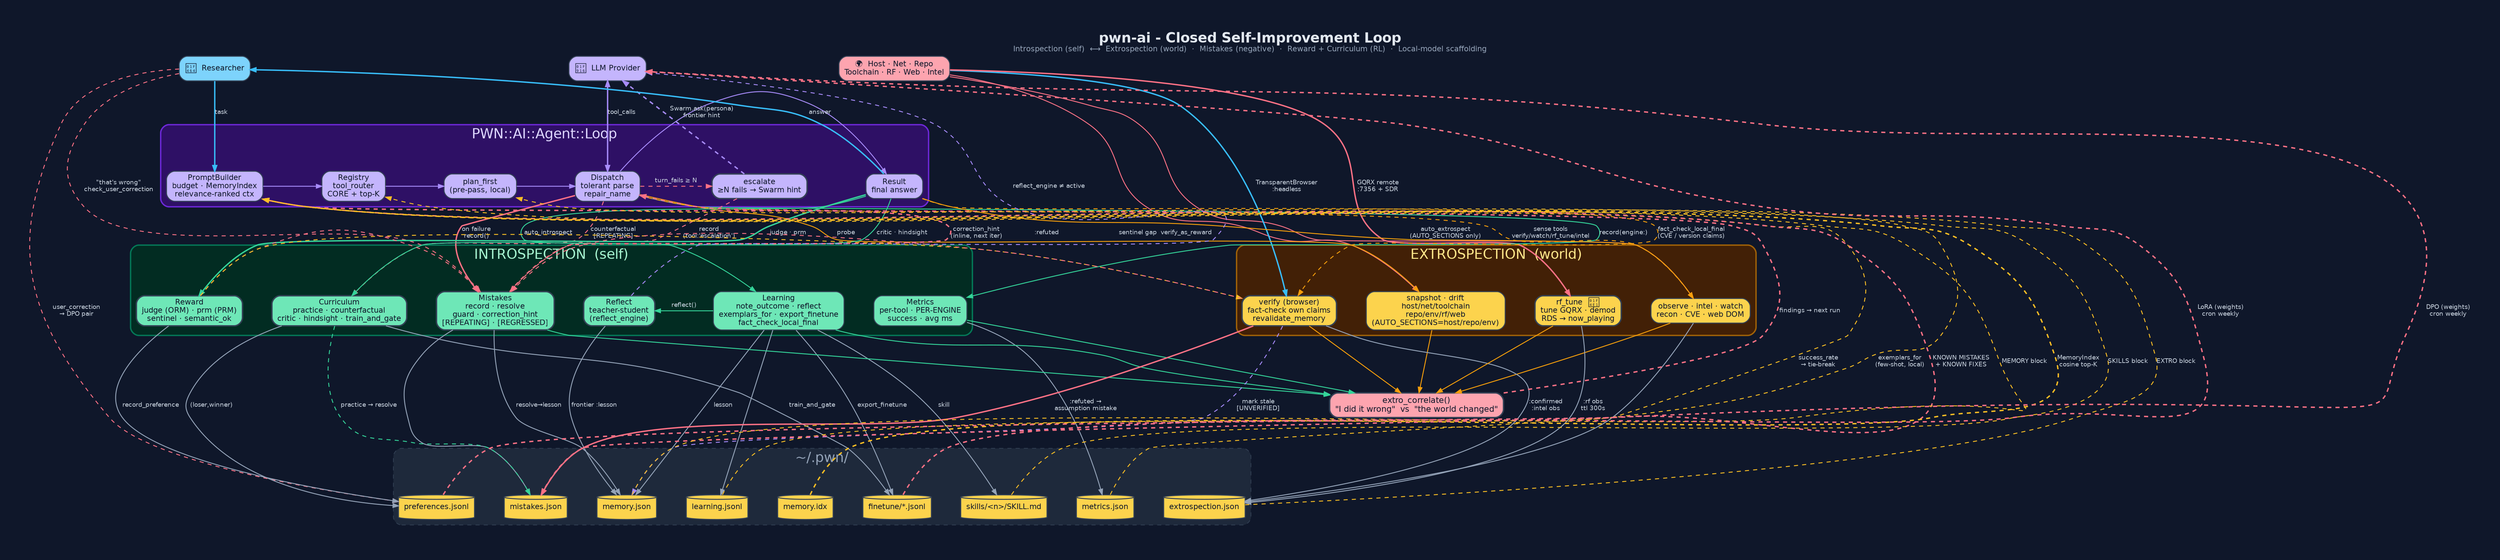
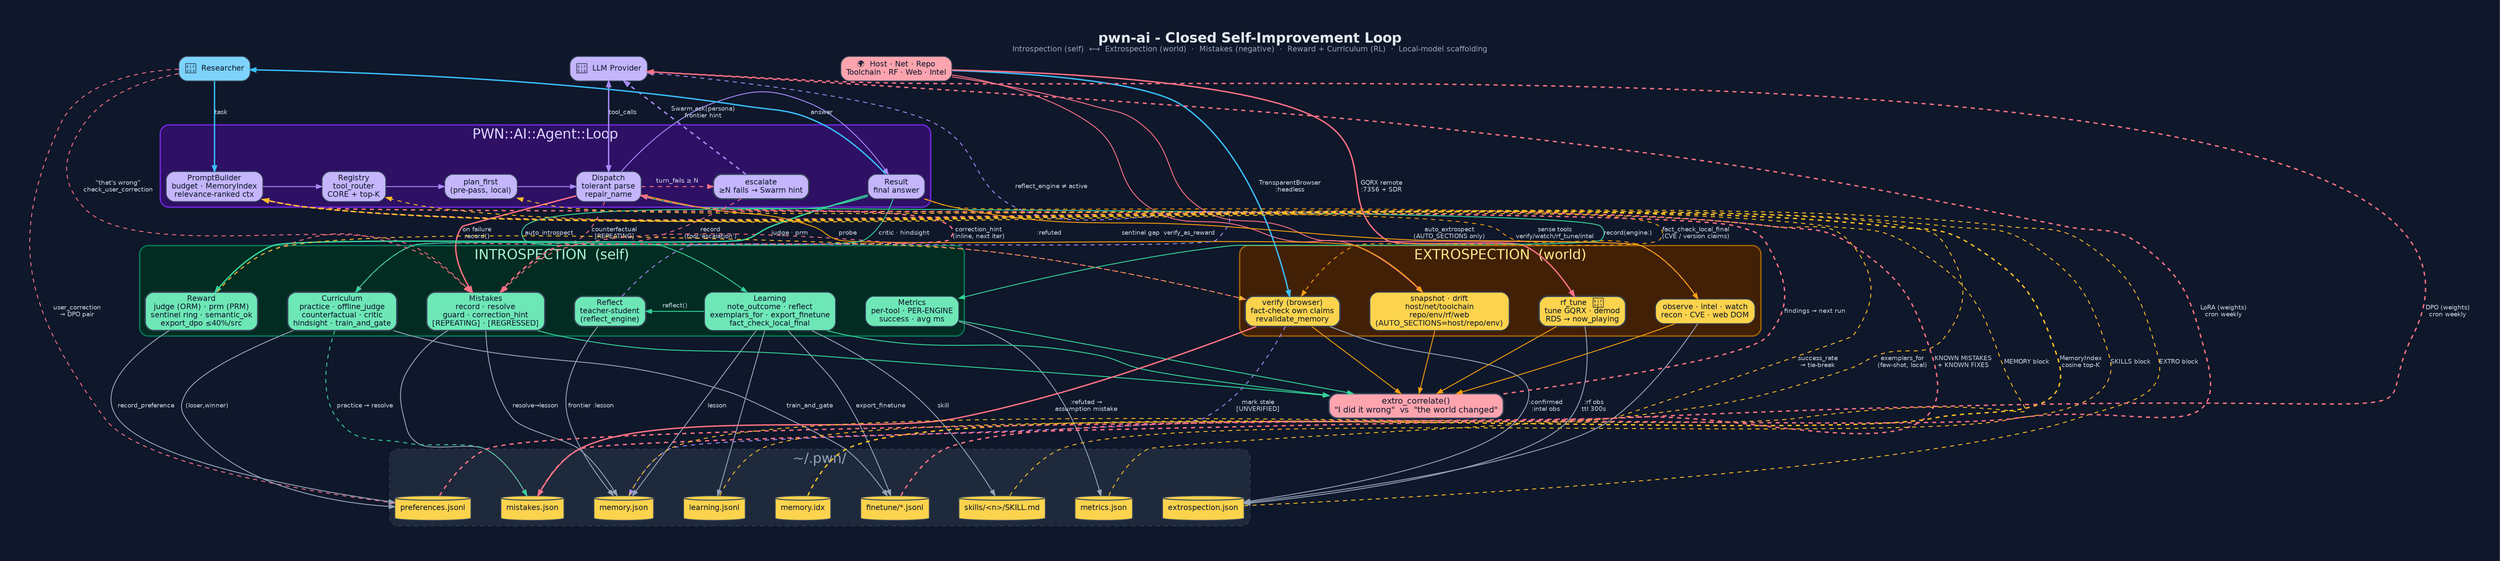
digraph "PWN_AI_Feedback_Learning_Loop" {
  graph [
    label=<<B>pwn-ai - Closed Self-Improvement Loop</B><BR/><FONT POINT-SIZE="11" COLOR="#94a3b8">Introspection (self)  ⟷  Extrospection (world)  ·  Mistakes (negative)  ·  Reward + Curriculum (RL)  ·  Local-model scaffolding</FONT>>,
    labelloc=t, fontsize=20, fontname="Helvetica",
    rankdir=TB, splines=spline, nodesep=0.6, ranksep=1.0,
    bgcolor="#0f172a", fontcolor="#e2e8f0", pad=0.6, newrank=true, compound=true
  ];
  node [fontname="Helvetica", fontsize=11, style="filled,rounded",
        shape=box, penwidth=1.4, color="#334155", fontcolor="#0f172a"];
  edge [fontname="Helvetica", fontsize=9, color="#94a3b8",
        fontcolor="#cbd5e1", penwidth=1.3, arrowsize=0.8];

  /* L0 ─ actors */
  User  [label="👤  Researcher", fillcolor="#7dd3fc"];
  LLM   [label="🤖  LLM Provider", fillcolor="#c4b5fd"];
  World [label="🌍  Host · Net · Repo\nToolchain · RF · Web · Intel", fillcolor="#fda4af"];
  {rank=same; User; LLM; World}

  /* L1 ─ agent core */
  subgraph cluster_core {
    label="PWN::AI::Agent::Loop"; fontcolor="#ddd6fe";
    style=rounded; color="#6d28d9"; bgcolor="#2e1065"; penwidth=2;
    Prompt   [label="PromptBuilder\nbudget · MemoryIndex\nrelevance-ranked ctx", fillcolor="#c4b5fd"];
    Dispatch [label="Dispatch\ntolerant parse\nrepair_name", fillcolor="#c4b5fd"];
Router   [label="Registry\ntool_router\nCORE + top-K",   fillcolor="#c4b5fd"];
Plan     [label="plan_first\n(pre-pass, local)",         fillcolor="#c4b5fd"];
Escalate [label="escalate\n≥N fails → Swarm hint",        fillcolor="#c4b5fd", penwidth=2];
    Result   [label="Result\nfinal answer",           fillcolor="#c4b5fd"];
  }
  {rank=same; Prompt; Router; Plan; Dispatch; Escalate; Result}

  /* L2 ─ triple engines */
  subgraph cluster_intro {
    label="INTROSPECTION  (self)"; fontcolor="#a7f3d0";
    style=rounded; color="#047857"; bgcolor="#022c22"; penwidth=2;
    Metrics  [label="Metrics\nper-tool · PER-ENGINE\nsuccess · avg ms", fillcolor="#6ee7b7"];
    Learning [label="Learning\nnote_outcome · reflect\nexemplars_for · export_finetune\nfact_check_local_final", fillcolor="#6ee7b7"];
    Mistakes [label="Mistakes\nrecord · resolve\nguard · correction_hint\n[REPEATING] · [REGRESSED]", fillcolor="#6ee7b7", penwidth=2];
    ReflectT [label="Reflect\nteacher-student\n(reflect_engine)", fillcolor="#6ee7b7", penwidth=2];
-     Reward   [label="Reward\njudge (ORM) · prm (PRM)\nsentinel · semantic_ok", fillcolor="#6ee7b7", penwidth=2];
-     Curric   [label="Curriculum\npractice · counterfactual\ncritic · hindsight · train_and_gate", fillcolor="#6ee7b7", penwidth=2];
+     Reward   [label="Reward\njudge (ORM) · prm (PRM)\nsentinel ring · semantic_ok\nexport_dpo ≤40%/src", fillcolor="#6ee7b7", penwidth=2];
+     Curric   [label="Curriculum\npractice · offline_judge\ncounterfactual · critic\nhindsight · train_and_gate", fillcolor="#6ee7b7", penwidth=2];
  }
  subgraph cluster_extro {
    label="EXTROSPECTION  (world)"; fontcolor="#fde68a";
    style=rounded; color="#a16207"; bgcolor="#422006"; penwidth=2;
    Snapshot  [label="snapshot · drift\nhost/net/toolchain\nrepo/env/rf/web\n(AUTO_SECTIONS=host/repo/env)", fillcolor="#fcd34d"];
    Observe   [label="observe · intel · watch\nrecon · CVE · web DOM",             fillcolor="#fcd34d"];
    Verify    [label="verify (browser)\nfact-check own claims\nrevalidate_memory", fillcolor="#fcd34d", penwidth=2];
    RFTune    [label="rf_tune  📡\ntune GQRX · demod\nRDS → now_playing",           fillcolor="#fcd34d", penwidth=2];
  }
  {rank=same; Metrics; Learning; Mistakes; ReflectT; Reward; Curric; Snapshot; Observe; Verify; RFTune}

  /* L3 ─ correlate */
  Correlate [label="extro_correlate()\n\"I did it wrong\"  vs  \"the world changed\"",
             fillcolor="#fda4af", penwidth=2, fontsize=12];

  /* L4 ─ persistence */
  subgraph cluster_store {
    label="~/.pwn/"; fontcolor="#94a3b8";
    style="rounded,dashed"; color="#334155"; bgcolor="#1e293b";
    Fmet [label="metrics.json",       shape=cylinder, fillcolor="#fcd34d"];
    Flrn [label="learning.jsonl",     shape=cylinder, fillcolor="#fcd34d"];
    Fmis [label="mistakes.json",      shape=cylinder, fillcolor="#fcd34d"];
    Fmem [label="memory.json",        shape=cylinder, fillcolor="#fcd34d"];
    Fidx [label="memory.idx",         shape=cylinder, fillcolor="#fcd34d"];
    Fskl [label="skills/<n>/SKILL.md",         shape=cylinder, fillcolor="#fcd34d"];
    Fext [label="extrospection.json", shape=cylinder, fillcolor="#fcd34d"];
    Fftn [label="finetune/*.jsonl",   shape=cylinder, fillcolor="#fcd34d"];
    Fprf [label="preferences.jsonl", shape=cylinder, fillcolor="#fcd34d"];
  }
  {rank=same; Fmet; Flrn; Fmis; Fmem; Fidx; Fskl; Fext; Fftn; Fprf}

  /* L0 → L1 */
  User -> Prompt   [label="task", color="#38bdf8", penwidth=2];
  LLM  -> Dispatch [label="tool_calls", dir=both, color="#a78bfa", penwidth=2];
  World-> Result   [style=invis];

  /* L1 internal */
  Prompt -> Router   [color="#a78bfa"];
  Router -> Plan     [color="#a78bfa"];
  Plan   -> Dispatch [color="#a78bfa"];
  Dispatch -> Escalate [label="turn_fails ≥ N", color="#fb7185", style=dashed];
  Dispatch -> Result [color="#a78bfa"];
  Escalate -> Result [style=invis];

  /* L1 → L2 */
  Dispatch -> Metrics  [label="record(engine:)", color="#34d399"];
  Result   -> Learning [label="auto_introspect", color="#34d399"];
  Dispatch -> Mistakes [label="on failure\nrecord()", color="#fb7185", penwidth=2];
  User     -> Mistakes [label="\"that's wrong\"\ncheck_user_correction", color="#fb7185",
                        style=dashed, constraint=false];
  Dispatch -> Snapshot [label="probe", color="#f59e0b"];
  Result   -> Observe  [label="auto_extrospect\n(AUTO_SECTIONS only)", color="#f59e0b"];
  World    -> Snapshot [color="#fb7185", constraint=false];
  World    -> Observe  [color="#fb7185", constraint=false];
  World    -> Verify   [label="TransparentBrowser\n:headless", color="#38bdf8", constraint=false, penwidth=2];
  World    -> RFTune   [label="GQRX remote\n:7356 + SDR", color="#fb7185", constraint=false, penwidth=2];
  Dispatch -> Observe  [label="sense tools\nverify/watch/rf_tune/intel", color="#f59e0b", style=dashed, constraint=false];

  /* L2 → L3 */
  Metrics  -> Correlate [color="#34d399"];
  Learning -> Correlate [color="#34d399"];
  Mistakes -> Correlate [color="#34d399"];
  Snapshot -> Correlate [color="#f59e0b"];
  Observe  -> Correlate [color="#f59e0b"];
  Verify   -> Correlate [color="#f59e0b"];
  RFTune   -> Correlate [color="#f59e0b"];

  /* L3 → L4 */
  Correlate -> Fmet [style=invis];
  Metrics   -> Fmet [color="#94a3b8"];
  Learning  -> Flrn [color="#94a3b8"];
  Mistakes  -> Fmis [color="#94a3b8"];
  Mistakes  -> Fmem [label="resolve→lesson", color="#94a3b8"];
  Learning  -> Fmem [label="lesson", color="#94a3b8"];
  Learning  -> Fskl [label="skill",  color="#94a3b8"];
  Observe   -> Fext [color="#94a3b8"];
  RFTune    -> Fext [label=":rf obs\nttl 300s", color="#94a3b8"];
  Verify    -> Fmis [label=":refuted →\nassumption mistake", color="#fb7185", penwidth=2];
  Verify    -> Mistakes [label=":refuted", color="#fb7185", style=dashed, constraint=false];
  Verify    -> Fmem [label="mark stale\n[UNVERIFIED]", color="#a78bfa", style=dashed];
  Verify    -> Fext [label=":confirmed\n:intel obs", color="#94a3b8"];
  Learning -> Fftn [label="export_finetune", color="#94a3b8"];
  Learning -> ReflectT [label="reflect()", color="#34d399", constraint=false];
  ReflectT -> Fmem [label="frontier :lesson", color="#94a3b8"];
  ReflectT -> LLM  [label="reflect_engine ≠ active", style=dashed, color="#a78bfa", constraint=false];
  Result   -> Verify [label="fact_check_local_final\n(CVE / version claims)", color="#f59e0b", style=dashed, constraint=false];

  /* feedback (dashed, non-constraining) */
  Fmem -> Prompt [label="MEMORY block",  style=dashed, color="#fbbf24", constraint=false];
  Fskl -> Prompt [label="SKILLS block",  style=dashed, color="#fbbf24", constraint=false];
  Fmis -> Prompt [label="KNOWN MISTAKES\n+ KNOWN FIXES", style=dashed, color="#fb7185",
                  constraint=false, penwidth=2];
  Fext -> Prompt [label="EXTRO block",   style=dashed, color="#fbbf24", constraint=false];
  Mistakes -> Dispatch [label="correction_hint\n(inline, next iter)", style=dashed,
                        color="#fb7185", constraint=false, penwidth=2];
  Correlate -> Prompt [label="findings → next run", style=dashed, color="#fb7185",
                       constraint=false, penwidth=2];
  Fidx -> Prompt [label="MemoryIndex\ncosine top-K", style=dashed, color="#fbbf24", constraint=false, penwidth=2];
  Flrn -> Plan   [label="exemplars_for\n(few-shot, local)", style=dashed, color="#fbbf24", constraint=false];
  Fmet -> Router [label="success_rate\n→ tie-break", style=dashed, color="#fbbf24", constraint=false];
  Escalate -> LLM [label="Swarm.ask(persona)\nfrontier hint", color="#a78bfa", constraint=false, penwidth=2, style=dashed];
  Escalate -> Mistakes [label="record\n(tool:'escalation')", color="#fb7185", constraint=false, style=dashed];
  Fftn -> LLM  [label="LoRA (weights)\ncron weekly", style=dashed, color="#fb7185", constraint=false, penwidth=2];
  Result -> User [label="answer", color="#38bdf8", constraint=false, penwidth=2];
  Result   -> Reward   [label="judge · prm", color="#34d399", penwidth=2];
  Result   -> Curric   [label="critic · hindsight", color="#34d399"];
  Dispatch -> Curric   [label="counterfactual\n[REPEATING]", color="#fb7185", style=dashed, constraint=false];
  Reward   -> Verify   [label="verify_as_reward", style=dashed, color="#fbbf24", constraint=false];
  Reward   -> Fprf     [label="record_preference", color="#94a3b8"];
  Reward   -> Mistakes [label="sentinel gap", color="#fb7185", style=dashed, constraint=false];
  Curric   -> Fprf     [label="(loser,winner)", color="#94a3b8"];
  Curric   -> Fmis     [label="practice → resolve", color="#34d399", style=dashed];
  Curric   -> Fftn     [label="train_and_gate", color="#94a3b8"];
  User     -> Fprf     [label="user_correction\n→ DPO pair", color="#fb7185", style=dashed, constraint=false];
  Fprf     -> LLM      [label="DPO (weights)\ncron weekly", style=dashed, color="#fb7185", constraint=false, penwidth=2];

}
